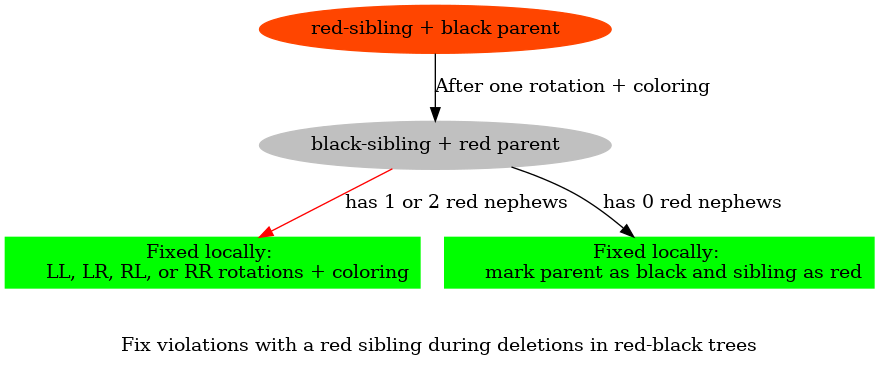
Above: Trees/RedBlackTree/diagrams/RedSibling.png in sheisc/COMP9024 (Graphviz), before the change. Its source is kept beside it as Trees/RedBlackTree/diagrams/RedSibling.dot.
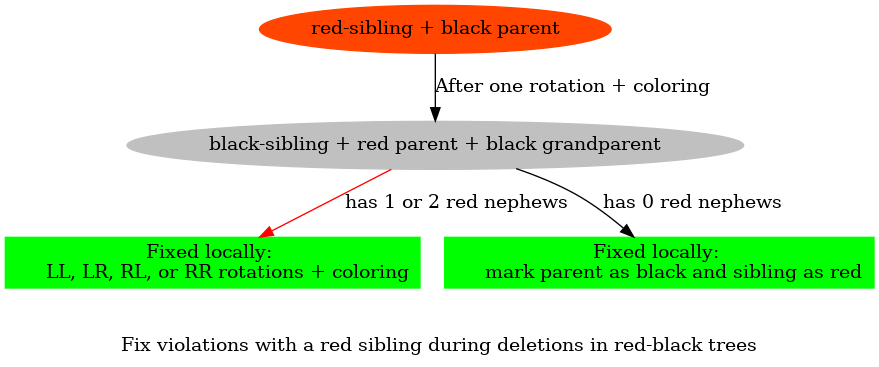
The same diagram one commit later.

Change to the diagram source:
```diff
@@ -1,6 +1,6 @@
 digraph RBTree {
 "0x0001" [label="red-sibling + black parent"] [color=orangered] [style=filled]
-"0x0002" [label="black-sibling + red parent"] [color=grey] [style=filled]
+"0x0002" [label="black-sibling + red parent + black grandparent"] [color=grey] [style=filled]
 "0x0001" -> {"0x0002"} [label="After one rotation + coloring"]
 "0x0002" -> {"0x0003"} [label="has 1 or 2 red nephews"] [color=red]
 "0x0003" [label="Fixed locally:
```
